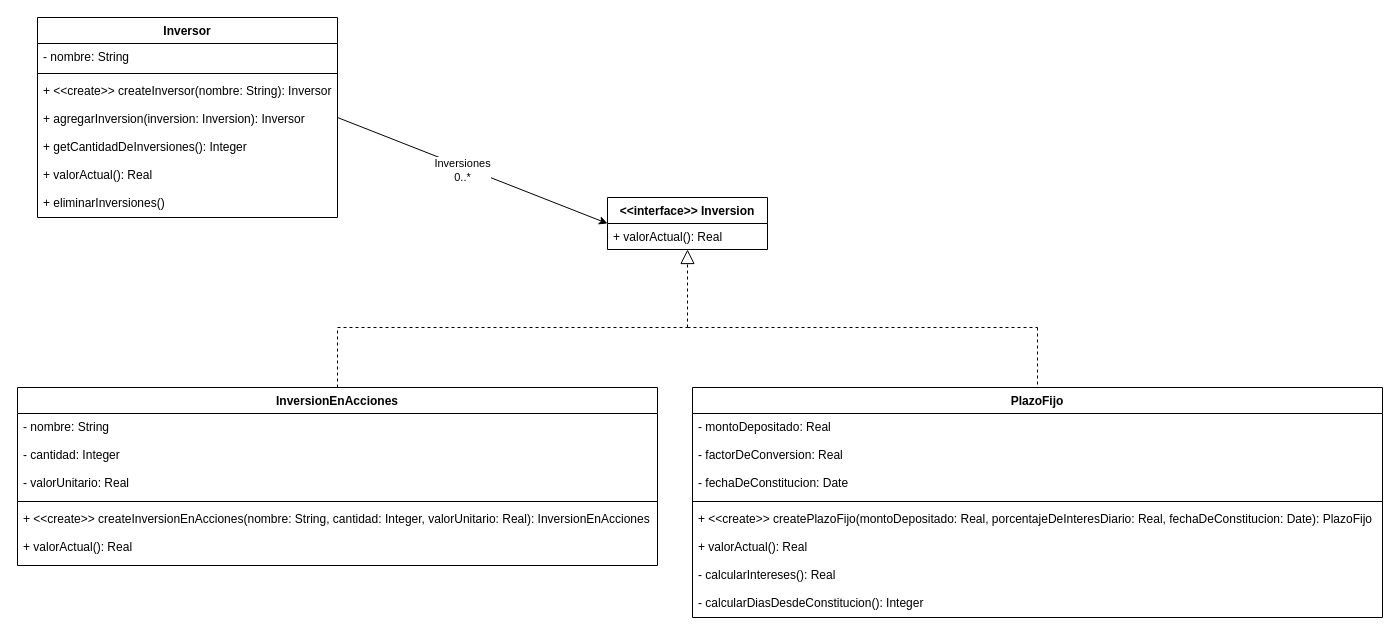
Before: ejercicio11-el-inversor/UMLEjercicio11.drawio in Jarvo98/OO1, a draw.io diagram. Source tidied: cells renumbered, new cells numbered last; positions are measured from the earlier drawing's top-left corner, leaving out a move shared by most shapes. Both pictures are drawn from the tidied source at 100%, with x=0, y=0 at pixel (17, 17).
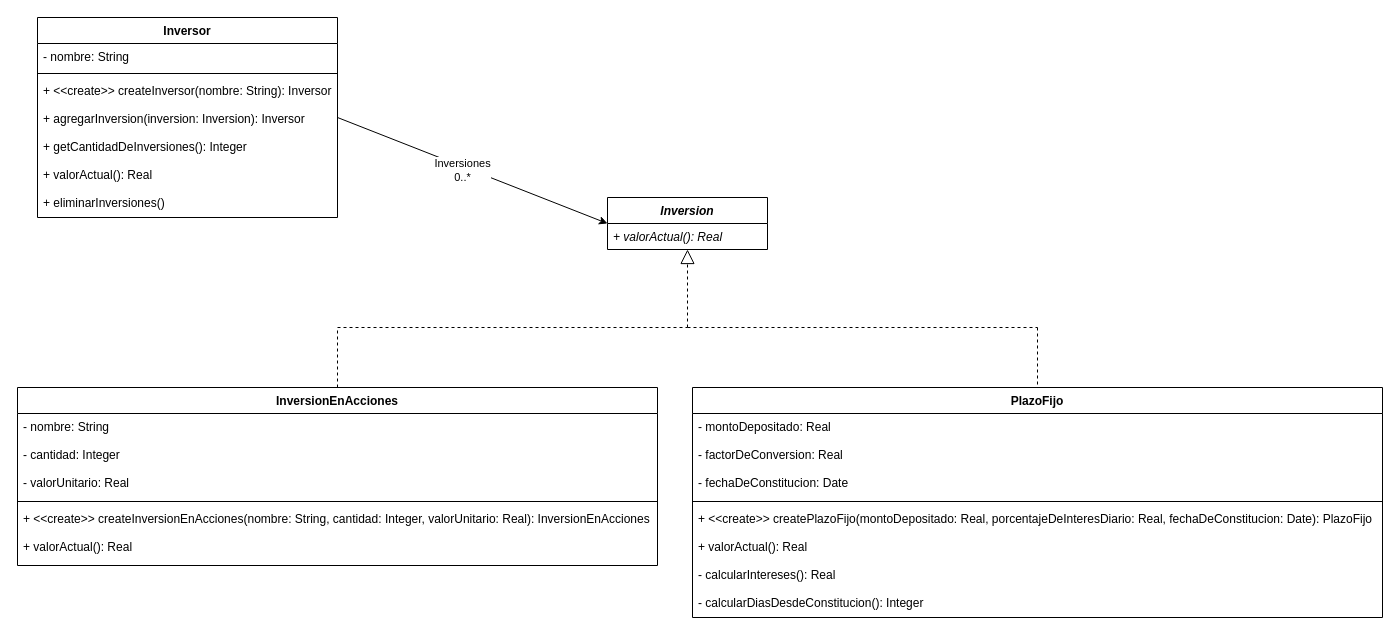
Above is the later version.

Commit message:
Modificando con cursiva el diagrama

Diff of the diagram source:
```diff
@@
-    <mxCell id="8" value="&lt;&lt;interface&gt;&gt; Inversion" style="swimlane;fontStyle=1;horizontal=1;startSize=26;fillColor=none;" parent="1" vertex="1">
+    <mxCell id="8" value="Inversion" style="swimlane;fontStyle=3;horizontal=1;startSize=26;fillColor=none;" parent="1" vertex="1">
       <mxGeometry x="590" y="180" width="160" height="52" as="geometry" />
     </mxCell>
-    <mxCell id="9" value="+ valorActual(): Real" style="text;strokeColor=none;fillColor=none;align=left;verticalAlign=top;spacingLeft=4;spacingRight=4;overflow=hidden;" parent="8" vertex="1">
+    <mxCell id="9" value="+ valorActual(): Real" style="text;strokeColor=none;fillColor=none;align=left;verticalAlign=top;spacingLeft=4;spacingRight=4;overflow=hidden;fontStyle=2;" parent="8" vertex="1">
       <mxGeometry y="26" width="160" height="26" as="geometry" />
     </mxCell>
```
